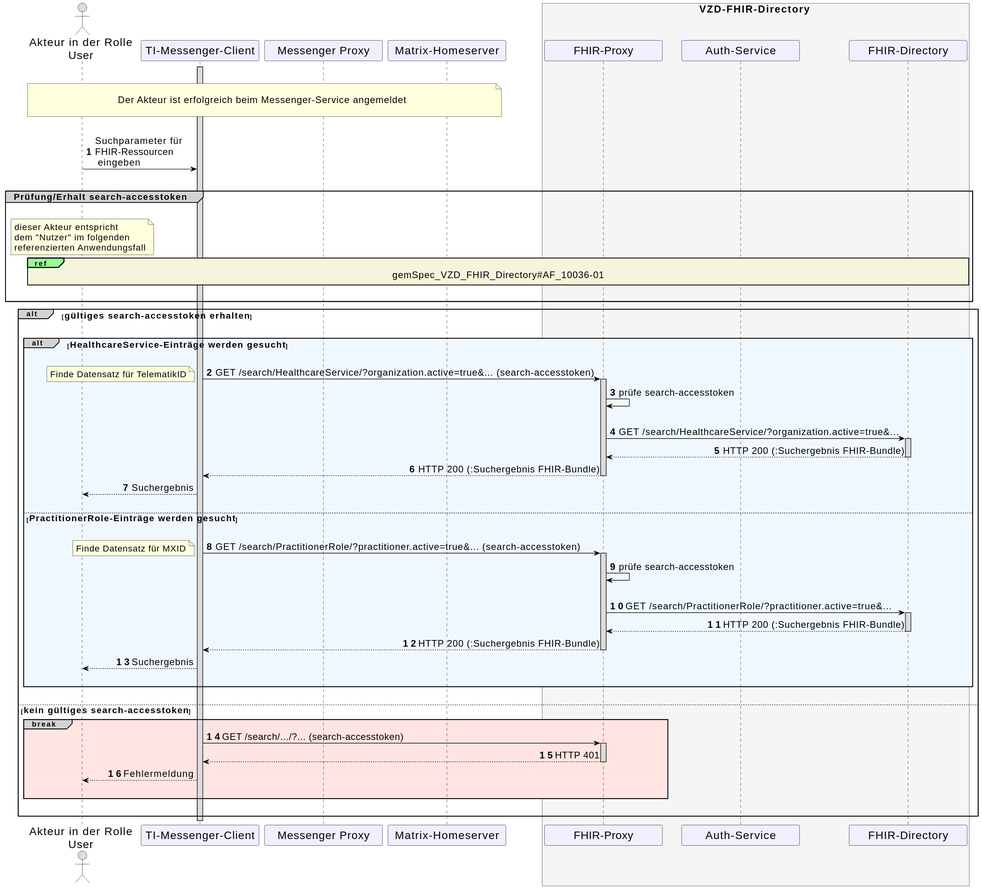
Above: images/diagrams/TI-Messenger-Dienst/Ressourcen/Einträge im VZD-FHIR-Directory suchen.svg in gematik/api-ti-messenger (PlantUML), before the change.
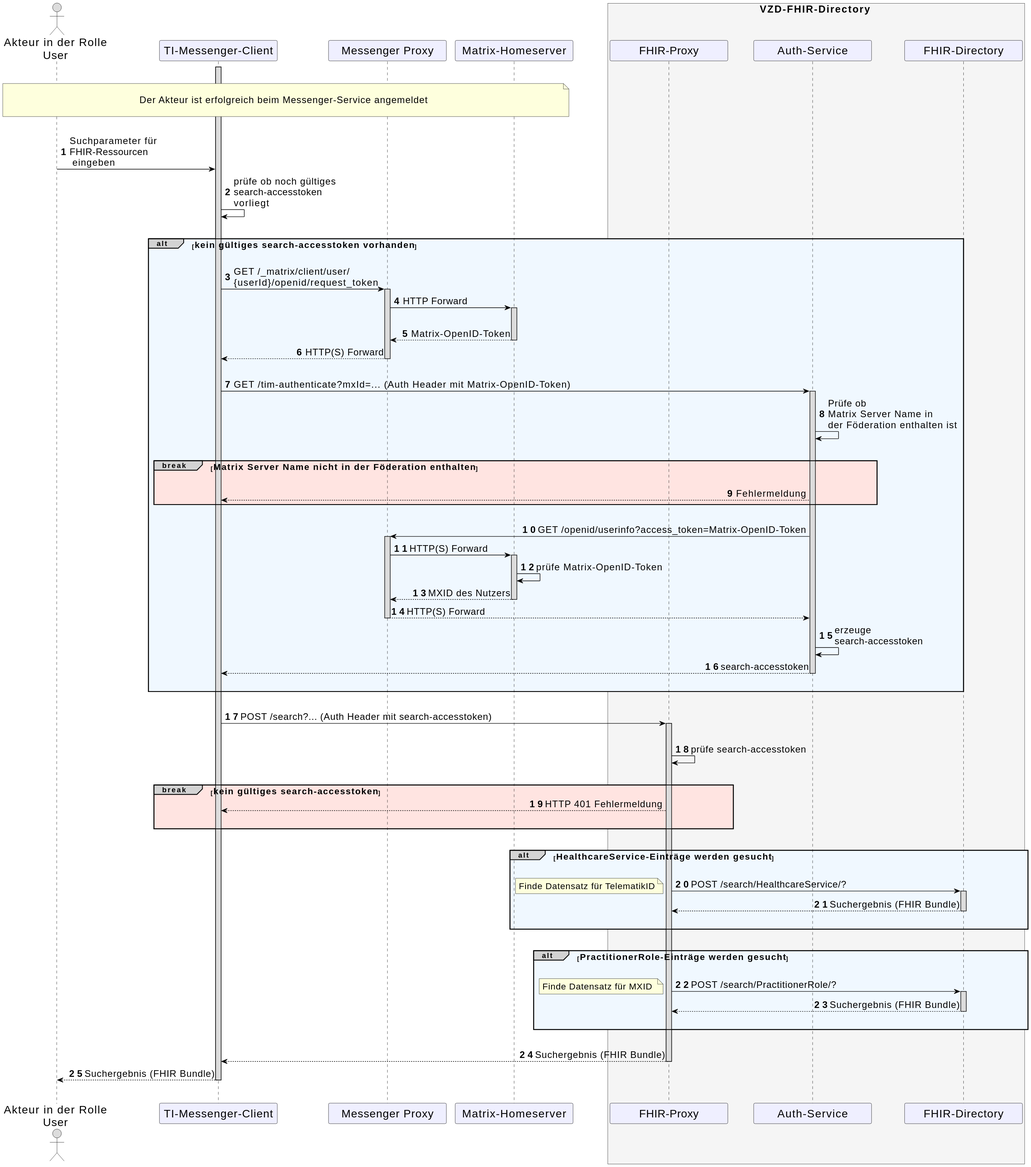
The same diagram one commit later.

What changed in the source:
```diff
@@ -3,7 +3,6 @@
 skinparam minClassWidth 200
 skinparam BoxPadding 1
 skinparam sequenceReferenceHeaderBackgroundColor palegreen
-skinparam sequenceReferenceBackgroundColor Beige
 scale max 2048 width
 
 skinparam sequence {
@@ -23,8 +22,8 @@
 ActorBackgroundColor Gainsboro
 ActorFontColor black
 ActorFontSize 20
+
 }
-
 autonumber
 
 actor U as "Akteur in der Rolle\nUser"
@@ -40,68 +39,98 @@
 |||
 note over U, hs: \n<size:17>Der Akteur ist erfolgreich beim Messenger-Service angemeldet</size>\n
 |||
-activate cl
-U->cl:Suchparameter für \nFHIR-Ressourcen \n eingeben
+
+      activate cl
+    U->cl:Suchparameter für \nFHIR-Ressourcen \n eingeben
+    cl->cl: prüfe ob noch gültiges \nsearch-accesstoken\nvorliegt
+
 |||
-group#LightGrey <size:16>Prüfung/Erhalt search-accesstoken</size>
-  |||
-  note over U
-  <size:16>dieser Akteur entspricht</size>
-  <size:16>dem "Nutzer" im folgenden</size>
-  <size:16>referenzierten Anwendungsfall</size>
-  end note
-  ref over U, cl, mp, hs, fp, au, fd
-  <size:17>gemSpec_VZD_FHIR_Directory#AF_10036-01</size>
-  |||
-  end ref
-  |||
-end group
+alt#LightGrey #AliceBlue <size:16>kein gültiges search-accesstoken vorhanden</size>
+|||
 
-alt#LightGrey <size:16>gültiges search-accesstoken erhalten</size>
+
+    cl->mp: GET /_matrix/client/user/\n{userId}/openid/request_token
+      activate mp
+    mp->hs: HTTP Forward
+
+      activate hs
+    |||
+    hs-->mp: Matrix-OpenID-Token
+      deactivate hs
+    mp-->cl: HTTP(S) Forward
+      deactivate mp
+
+    |||
+    cl->au: GET /tim-authenticate?mxId=... (Auth Header mit Matrix-OpenID-Token)
+      activate au
+    au->au: Prüfe ob \nMatrix Server Name in \nder Föderation enthalten ist
+
 |||
-  alt#LightGrey #AliceBlue <size:16>HealthcareService-Einträge werden gesucht</size>
+break#LightGrey #MistyRose <size:16>Matrix Server Name nicht in der Föderation enthalten</size>
+|||
+    au-->cl: Fehlermeldung
+end
+
+|||
+        au->mp: GET /openid/userinfo?access_token=Matrix-OpenID-Token
+          activate mp
+        mp->hs: HTTP(S) Forward
+          activate hs
+        hs->hs: prüfe Matrix-OpenID-Token
+        hs-->mp: MXID des Nutzers
+          deactivate hs
+        mp-->au: HTTP(S) Forward
+          deactivate mp
+        au->au: erzeuge \nsearch-accesstoken
+        au-->cl: search-accesstoken
+          deactivate au
+          deactivate fp
+|||
+end
+
+
     |||
-    cl->fp: GET /search/HealthcareService/?organization.active=true&... (search-accesstoken)
+    cl->fp: POST /search?... (Auth Header mit search-accesstoken)
+    |||
+      activate fp
+    fp->fp: prüfe search-accesstoken
+    |||
+    break#LightGrey #MistyRose <size:16>kein gültiges search-accesstoken</size>
+      fp-->cl: HTTP 401 Fehlermeldung
+    |||
+    end
+
+|||
+alt#LightGrey #AliceBlue <size:16>HealthcareService-Einträge werden gesucht</size>
+|||
+    fp->fd: POST /search/HealthcareService/?
+      activate fd
     note left
     <size:16>Finde Datensatz für TelematikID</size>
     end note
-    activate fp
-    fp->fp: prüfe search-accesstoken
-    |||
-    fp->fd: GET /search/HealthcareService/?organization.active=true&...
-    activate fd
-    fd-->fp: HTTP 200 (:Suchergebnis FHIR-Bundle)
+    fd-->fp: Suchergebnis (FHIR Bundle)
       deactivate fd
-    fp-->cl: HTTP 200 (:Suchergebnis FHIR-Bundle)
-    deactivate fp
-    cl-->U: Suchergebnis
-    |||
-  else <size:16>PractitionerRole-Einträge werden gesucht</size>
-    |||
-    cl->fp: GET /search/PractitionerRole/?practitioner.active=true&... (search-accesstoken)
-    note left
-    <size:16>Finde Datensatz für MXID</size>
-    end note
-    activate fp
-    fp->fp: prüfe search-accesstoken
-    |||
-    fp->fd: GET /search/PractitionerRole/?practitioner.active=true&...
-    activate fd
-    fd-->fp: HTTP 200 (:Suchergebnis FHIR-Bundle)
-      deactivate fd
-    fp-->cl: HTTP 200 (:Suchergebnis FHIR-Bundle)
-    deactivate fp
-    cl-->U: Suchergebnis
-    |||
-  end
-|||
-else <size:16>kein gültiges search-accesstoken</size>
-  break#LightGrey #MistyRose
-    cl->fp++: GET /search/.../?... (search-accesstoken)
-    fp-->cl--: HTTP 401
-    cl-->U: Fehlermeldung
-  |||
-  end
 |||
 end
+
+|||
+alt#LightGrey #AliceBlue <size:16>PractitionerRole-Einträge werden gesucht</size>
+|||
+    fp->fd: POST /search/PractitionerRole/?
+      activate fd
+    note left
+    <size:16>Finde Datensatz für MXID </size>
+    end note
+    fd-->fp: Suchergebnis (FHIR Bundle)
+      deactivate fd
+|||
+end
+|||
+
+  fp-->cl: Suchergebnis (FHIR Bundle)
+  deactivate fp
+  cl-->U: Suchergebnis (FHIR Bundle)
+   |||
+
+    deactivate cl
 @enduml
```
